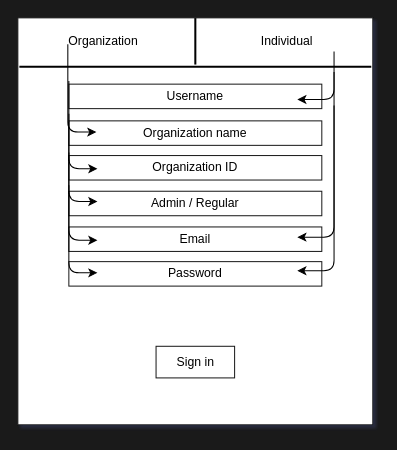
Before: page "Sign in" (2 of 5) of app.drawio in StoilTomanov/task-manager, a draw.io diagram. Source tidied: cells renumbered, new cells numbered last; positions are measured from the earlier drawing's top-left corner, leaving out a move shared by most shapes. Both pictures are drawn from the tidied source at 102%, with x=0, y=0 at pixel (17, 17).
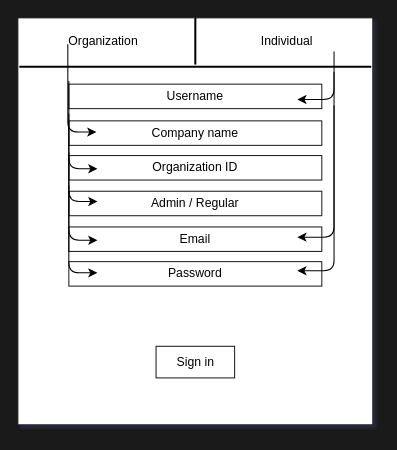
The same diagram, later.

Diff of the diagram source:
```diff
@@
-    <mxCell id="8" value="Organization name" style="whiteSpace=wrap;html=1;strokeColor=#1A1A1A;" parent="1" vertex="1">
+    <mxCell id="8" value="Company name" style="whiteSpace=wrap;html=1;strokeColor=#1A1A1A;" parent="1" vertex="1">
       <mxGeometry x="50" y="101" width="248" height="24" as="geometry" />
     </mxCell>
```
